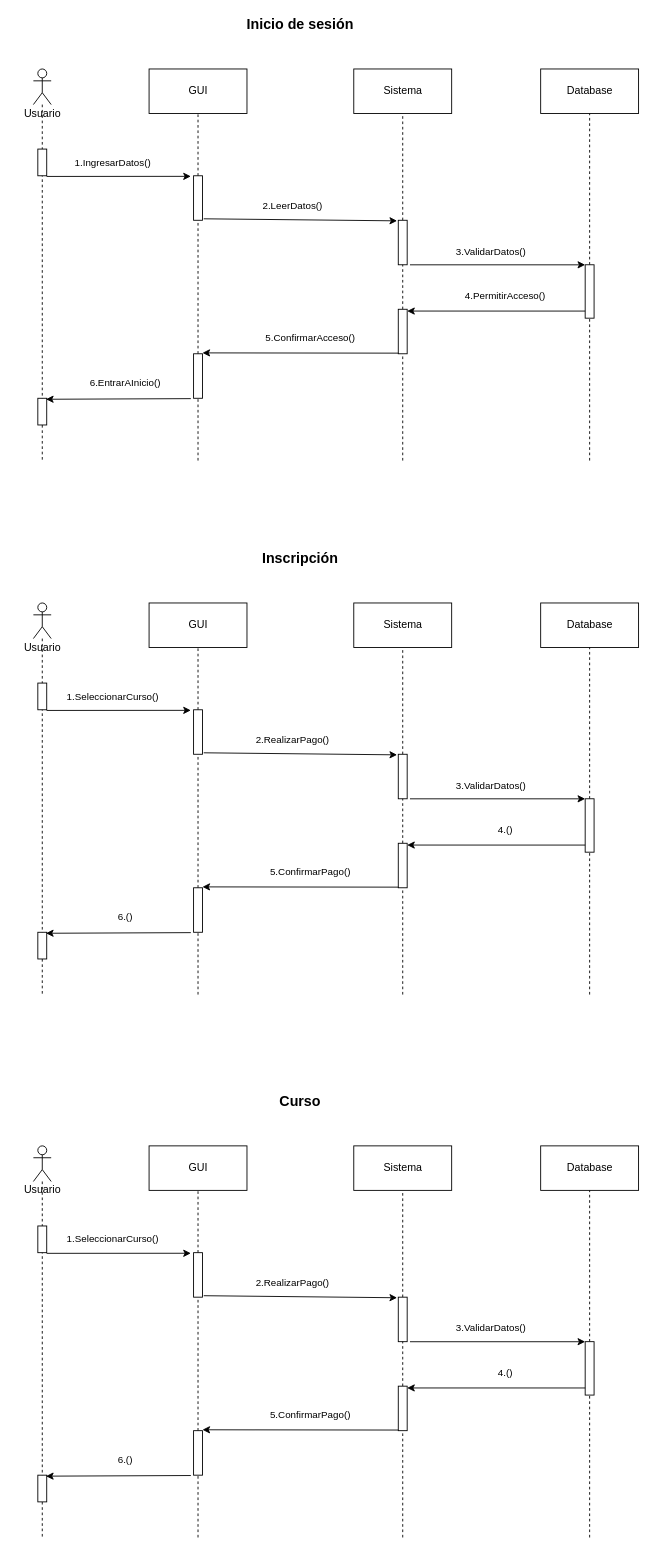
daivandz/Analisis-Avanzado-de-Software keeps this draw.io diagram as diagrams/U2/C1.4_DiagramaDeSecuencia1.drawio. Above is the earlier version. Source tidied: cells renumbered, new cells numbered last; positions are measured from the earlier drawing's top-left corner, leaving out a move shared by most shapes. Both pictures are drawn from the tidied source at 89%, with x=0, y=0 at pixel (15, 15).
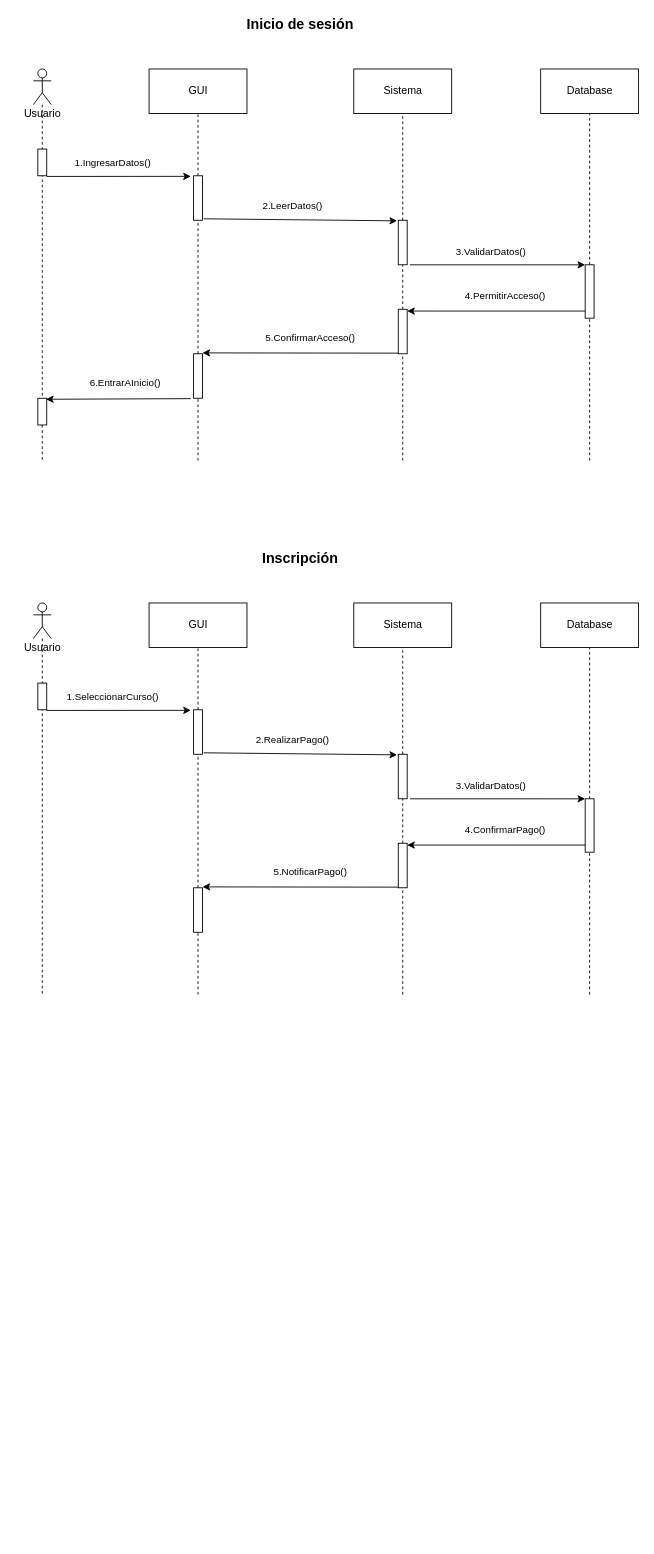
The same diagram, later.

Unchanged cells that the change refers to:
```xml
<mxCell id="35" style="shape=umlLifeline;participant=umlActor;perimeter=lifelinePerimeter;whiteSpace=wrap;html=1;verticalAlign=top;spacingTop=36;" parent="1" vertex="1">
  <mxGeometry x="20" y="660" width="20" height="440" as="geometry" />
</mxCell>
<mxCell id="58" style="endArrow=classic;html=1;entryX=1;entryY=0.04;entryDx=0;entryDy=0;entryPerimeter=0;exitX=0;exitY=0.867;exitDx=0;exitDy=0;exitPerimeter=0;" parent="1" edge="1" source="54" target="60">
  <mxGeometry relative="1" as="geometry" />
</mxCell>
<mxCell id="62" style="html=1;points=[];perimeter=orthogonalPerimeter;" parent="1" vertex="1">
  <mxGeometry x="200" y="980" width="10" height="50" as="geometry" />
</mxCell>
<mxCell id="64" style="endArrow=classic;html=1;exitX=0;exitY=0.867;exitDx=0;exitDy=0;exitPerimeter=0;" parent="1" edge="1">
  <mxGeometry relative="1" as="geometry">
    <mxPoint x="430" y="979.3" as="sourcePoint" />
    <mxPoint x="210" y="979" as="targetPoint" />
  </mxGeometry>
</mxCell>
```

Change to the diagram source:
```diff
@@
-    <mxCell id="37" style="html=1;points=[];perimeter=orthogonalPerimeter;" parent="35" vertex="1">
-      <mxGeometry x="5" y="370" width="10" height="30" as="geometry" />
-    </mxCell>
@@
-    <mxCell id="59" value="4.()" style="edgeLabel;html=1;align=center;verticalAlign=middle;" parent="58" vertex="1">
+    <mxCell id="59" value="4.ConfirmarPago()" style="edgeLabel;html=1;align=center;verticalAlign=middle;" parent="58" vertex="1">
       <mxGeometry x="-0.09" y="-1" relative="1" as="geometry">
         <mxPoint y="-16.8" as="offset" />
       </mxGeometry>
     </mxCell>
@@
-    <mxCell id="65" value="5.ConfirmarPago()" style="edgeLabel;html=1;align=center;verticalAlign=middle;" parent="64" vertex="1">
+    <mxCell id="65" value="5.NotificarPago()" style="edgeLabel;html=1;align=center;verticalAlign=middle;" parent="64" vertex="1">
       <mxGeometry x="-0.09" y="-1" relative="1" as="geometry">
         <mxPoint y="-16.8" as="offset" />
       </mxGeometry>
     </mxCell>
-    <mxCell id="66" style="endArrow=classic;html=1;exitX=-0.307;exitY=1.008;exitDx=0;exitDy=0;exitPerimeter=0;entryX=0.917;entryY=0.037;entryDx=0;entryDy=0;entryPerimeter=0;" parent="1" edge="1" source="62" target="37">
-      <mxGeometry relative="1" as="geometry" />
-    </mxCell>
-    <mxCell id="67" value="6.()" style="edgeLabel;html=1;align=center;verticalAlign=middle;" parent="66" vertex="1">
-      <mxGeometry x="-0.09" y="-1" relative="1" as="geometry">
-        <mxPoint y="-16.8" as="offset" />
-      </mxGeometry>
-    </mxCell>
-    <mxCell id="68" style="shape=umlLifeline;participant=umlActor;perimeter=lifelinePerimeter;whiteSpace=wrap;html=1;verticalAlign=top;spacingTop=36;" parent="1" vertex="1">
-      <mxGeometry x="20" y="1270" width="20" height="440" as="geometry" />
-    </mxCell>
-    <mxCell id="69" style="html=1;points=[];perimeter=orthogonalPerimeter;" parent="68" vertex="1">
-      <mxGeometry x="5" y="90" width="10" height="30" as="geometry" />
-    </mxCell>
-    <mxCell id="70" style="html=1;points=[];perimeter=orthogonalPerimeter;" parent="68" vertex="1">
-      <mxGeometry x="5" y="370" width="10" height="30" as="geometry" />
-    </mxCell>
-    <mxCell id="71" value="Usuario" style="text;html=1;align=center;verticalAlign=middle;" parent="1" vertex="1">
-      <mxGeometry y="1310" width="60" height="20" as="geometry" />
-    </mxCell>
-    <mxCell id="72" value="GUI" style="html=1;" parent="1" vertex="1">
-      <mxGeometry x="150" y="1270" width="110" height="50" as="geometry" />
-    </mxCell>
-    <mxCell id="73" style="endArrow=none;html=1;entryX=0.5;entryY=1;entryDx=0;entryDy=0;dashed=1;" parent="1" edge="1" source="74" target="72">
-      <mxGeometry relative="1" as="geometry" />
-    </mxCell>
-    <mxCell id="74" style="html=1;points=[];perimeter=orthogonalPerimeter;" parent="1" vertex="1">
-      <mxGeometry x="200" y="1390" width="10" height="50" as="geometry" />
-    </mxCell>
-    <mxCell id="75" style="endArrow=none;html=1;entryX=0.5;entryY=1;entryDx=0;entryDy=0;dashed=1;" parent="1" edge="1" source="95" target="74">
-      <mxGeometry relative="1" as="geometry" />
-    </mxCell>
-    <mxCell id="76" style="endArrow=classic;html=1;entryX=-0.307;entryY=0.013;entryDx=0;entryDy=0;entryPerimeter=0;exitX=0.986;exitY=1.025;exitDx=0;exitDy=0;exitPerimeter=0;" parent="1" edge="1" source="69" target="74">
-      <mxGeometry relative="1" as="geometry" />
-    </mxCell>
-    <mxCell id="77" value="1.SeleccionarCurso()" style="edgeLabel;html=1;align=center;verticalAlign=middle;" parent="76" vertex="1">
-      <mxGeometry x="-0.09" y="-1" relative="1" as="geometry">
-        <mxPoint y="-16.8" as="offset" />
-      </mxGeometry>
-    </mxCell>
-    <mxCell id="78" value="&lt;b&gt;&lt;font style=&quot;font-size: 16px&quot;&gt;Curso&lt;/font&gt;&lt;/b&gt;" style="text;html=1;strokeColor=none;fillColor=none;align=center;verticalAlign=middle;whiteSpace=wrap;rounded=0;" parent="1" vertex="1">
-      <mxGeometry x="250" y="1210" width="140" height="20" as="geometry" />
-    </mxCell>
-    <mxCell id="79" value="Sistema" style="html=1;" parent="1" vertex="1">
-      <mxGeometry x="380" y="1270" width="110" height="50" as="geometry" />
-    </mxCell>
-    <mxCell id="80" value="Database" style="html=1;" parent="1" vertex="1">
-      <mxGeometry x="590" y="1270" width="110" height="50" as="geometry" />
-    </mxCell>
-    <mxCell id="81" style="endArrow=classic;html=1;exitX=1.141;exitY=0.967;exitDx=0;exitDy=0;exitPerimeter=0;entryX=-0.134;entryY=0.013;entryDx=0;entryDy=0;entryPerimeter=0;" parent="1" edge="1" source="74" target="84">
-      <mxGeometry relative="1" as="geometry" />
-    </mxCell>
-    <mxCell id="82" value="2.RealizarPago()" style="edgeLabel;html=1;align=center;verticalAlign=middle;" parent="81" vertex="1">
-      <mxGeometry x="-0.09" y="-1" relative="1" as="geometry">
-        <mxPoint y="-16.8" as="offset" />
-      </mxGeometry>
-    </mxCell>
-    <mxCell id="83" style="endArrow=none;html=1;dashed=1;entryX=0.5;entryY=1;entryDx=0;entryDy=0;" parent="1" edge="1" source="84" target="79">
-      <mxGeometry relative="1" as="geometry" />
-    </mxCell>
-    <mxCell id="84" style="html=1;points=[];perimeter=orthogonalPerimeter;" parent="1" vertex="1">
-      <mxGeometry x="430" y="1440" width="10" height="50" as="geometry" />
-    </mxCell>
-    <mxCell id="85" style="endArrow=none;html=1;dashed=1;entryX=0.5;entryY=1;entryDx=0;entryDy=0;" parent="1" edge="1" source="93" target="84">
-      <mxGeometry relative="1" as="geometry" />
-    </mxCell>
-    <mxCell id="86" style="endArrow=none;html=1;dashed=1;entryX=0.5;entryY=1;entryDx=0;entryDy=0;" parent="1" edge="1" source="87" target="80">
-      <mxGeometry relative="1" as="geometry" />
-    </mxCell>
-    <mxCell id="87" style="html=1;points=[];perimeter=orthogonalPerimeter;" parent="1" vertex="1">
-      <mxGeometry x="640" y="1490" width="10" height="60" as="geometry" />
-    </mxCell>
-    <mxCell id="88" style="endArrow=none;html=1;dashed=1;entryX=0.5;entryY=1;entryDx=0;entryDy=0;" parent="1" edge="1" target="87">
-      <mxGeometry relative="1" as="geometry">
-        <mxPoint x="645" y="1710" as="sourcePoint" />
-      </mxGeometry>
-    </mxCell>
-    <mxCell id="89" style="endArrow=classic;html=1;exitX=1.314;exitY=1.001;exitDx=0;exitDy=0;exitPerimeter=0;entryX=0;entryY=0.001;entryDx=0;entryDy=0;entryPerimeter=0;" parent="1" edge="1" source="84" target="87">
-      <mxGeometry relative="1" as="geometry" />
-    </mxCell>
-    <mxCell id="90" value="3.ValidarDatos()" style="edgeLabel;html=1;align=center;verticalAlign=middle;" parent="89" vertex="1">
-      <mxGeometry x="-0.09" y="-1" relative="1" as="geometry">
-        <mxPoint y="-16.8" as="offset" />
-      </mxGeometry>
-    </mxCell>
-    <mxCell id="91" style="endArrow=classic;html=1;entryX=1;entryY=0.04;entryDx=0;entryDy=0;entryPerimeter=0;exitX=0;exitY=0.867;exitDx=0;exitDy=0;exitPerimeter=0;" parent="1" edge="1" source="87" target="93">
-      <mxGeometry relative="1" as="geometry" />
-    </mxCell>
-    <mxCell id="92" value="4.()" style="edgeLabel;html=1;align=center;verticalAlign=middle;" parent="91" vertex="1">
-      <mxGeometry x="-0.09" y="-1" relative="1" as="geometry">
-        <mxPoint y="-16.8" as="offset" />
-      </mxGeometry>
-    </mxCell>
-    <mxCell id="93" style="html=1;points=[];perimeter=orthogonalPerimeter;" parent="1" vertex="1">
-      <mxGeometry x="430" y="1540" width="10" height="50" as="geometry" />
-    </mxCell>
-    <mxCell id="94" style="endArrow=none;html=1;dashed=1;entryX=0.5;entryY=1;entryDx=0;entryDy=0;" parent="1" edge="1" target="93">
-      <mxGeometry relative="1" as="geometry">
-        <mxPoint x="435" y="1710" as="sourcePoint" />
-      </mxGeometry>
-    </mxCell>
-    <mxCell id="95" style="html=1;points=[];perimeter=orthogonalPerimeter;" parent="1" vertex="1">
-      <mxGeometry x="200" y="1590" width="10" height="50" as="geometry" />
-    </mxCell>
-    <mxCell id="96" style="endArrow=none;html=1;entryX=0.5;entryY=1;entryDx=0;entryDy=0;dashed=1;" parent="1" edge="1" target="95">
-      <mxGeometry relative="1" as="geometry">
-        <mxPoint x="205" y="1710" as="sourcePoint" />
-      </mxGeometry>
-    </mxCell>
-    <mxCell id="97" style="endArrow=classic;html=1;exitX=0;exitY=0.867;exitDx=0;exitDy=0;exitPerimeter=0;" parent="1" edge="1">
-      <mxGeometry relative="1" as="geometry">
-        <mxPoint x="430" y="1589.3" as="sourcePoint" />
-        <mxPoint x="210" y="1589" as="targetPoint" />
-      </mxGeometry>
-    </mxCell>
-    <mxCell id="98" value="5.ConfirmarPago()" style="edgeLabel;html=1;align=center;verticalAlign=middle;" parent="97" vertex="1">
-      <mxGeometry x="-0.09" y="-1" relative="1" as="geometry">
-        <mxPoint y="-16.8" as="offset" />
-      </mxGeometry>
-    </mxCell>
-    <mxCell id="99" style="endArrow=classic;html=1;exitX=-0.307;exitY=1.008;exitDx=0;exitDy=0;exitPerimeter=0;entryX=0.917;entryY=0.037;entryDx=0;entryDy=0;entryPerimeter=0;" parent="1" edge="1" source="95" target="70">
-      <mxGeometry relative="1" as="geometry" />
-    </mxCell>
-    <mxCell id="100" value="6.()" style="edgeLabel;html=1;align=center;verticalAlign=middle;" parent="99" vertex="1">
-      <mxGeometry x="-0.09" y="-1" relative="1" as="geometry">
-        <mxPoint y="-16.8" as="offset" />
-      </mxGeometry>
-    </mxCell>
```
